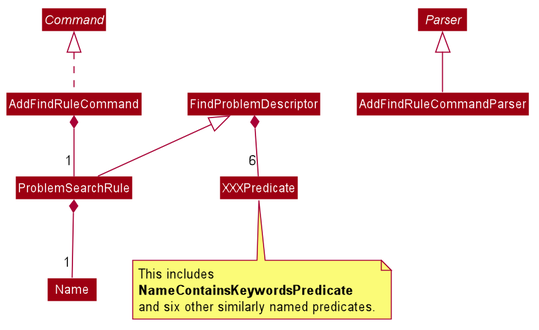
This is docs/images/savefindrule/AddFindRuleClassDiagram.png from nus-cs2103-AY1920S1/addressbook-level3, a PlantUML export, as it was before one commit. Its diagram source:
```plantuml
@startuml








skinparam BackgroundColor #FFFFFFF

skinparam Shadowing false

skinparam Class {
    FontColor #FFFFFF
    BorderThickness 1
    BorderColor #FFFFFF
    StereotypeFontColor #FFFFFF
    FontName Arial
}

skinparam Actor {
    BorderColor #000000
    Color #000000
    FontName Arial
}

skinparam Sequence {
    MessageAlign center
    BoxFontSize 15
    BoxPadding 0
    BoxFontColor #FFFFFF
    FontName Arial
}

skinparam Participant {
    FontColor #FFFFFFF
    Padding 20
}

skinparam MinClassWidth 50
skinparam ParticipantPadding 10
skinparam Shadowing false
skinparam DefaultTextAlignment center
skinparam packageStyle Rectangle

hide footbox
hide members
hide circle
skinparam arrowThickness 1.1
skinparam classBackgroundColor #9D0012

abstract class Command

interface Parser {
	T parse(String userInput)
}


class Name
class FindProblemDescriptor
class AddFindRuleCommand
class ProblemSearchRule extends FindProblemDescriptor
class AddFindRuleCommandParser

Command <|.. AddFindRuleCommand
Parser <|-- AddFindRuleCommandParser
FindProblemDescriptor *-- "6" XXXPredicate
ProblemSearchRule *-- "1" Name

AddFindRuleCommand *-- "1" ProblemSearchRule

note bottom of XXXPredicate
This includes
<b>NameContainsKeywordsPredicate</b>
and six other similarly named predicates.
end note

@enduml
```
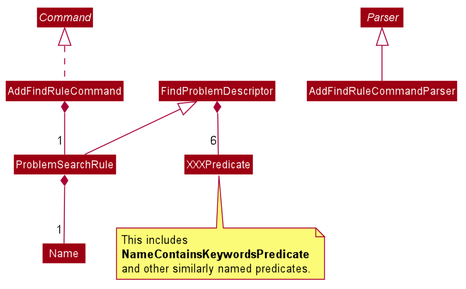
Later version of the same file.

Diff of the diagram source:
```diff
@@ -1,4 +1,5 @@
 @startuml
+
 
 
 
@@ -73,7 +74,7 @@
 note bottom of XXXPredicate
 This includes
 <b>NameContainsKeywordsPredicate</b>
-and six other similarly named predicates.
+and other similarly named predicates.
 end note
 
 @enduml
```
